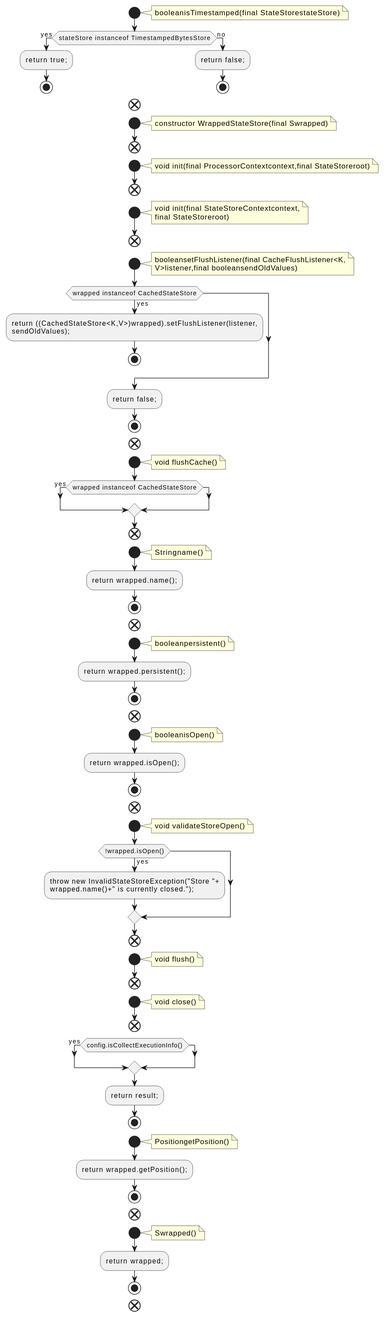
The PlantUML diagram docs/qc/streams/src/main/java/org/apache/kafka/streams/state/internals/WrappedStateStore.java.fct.svg in qualitesys/kafka, before a commit.
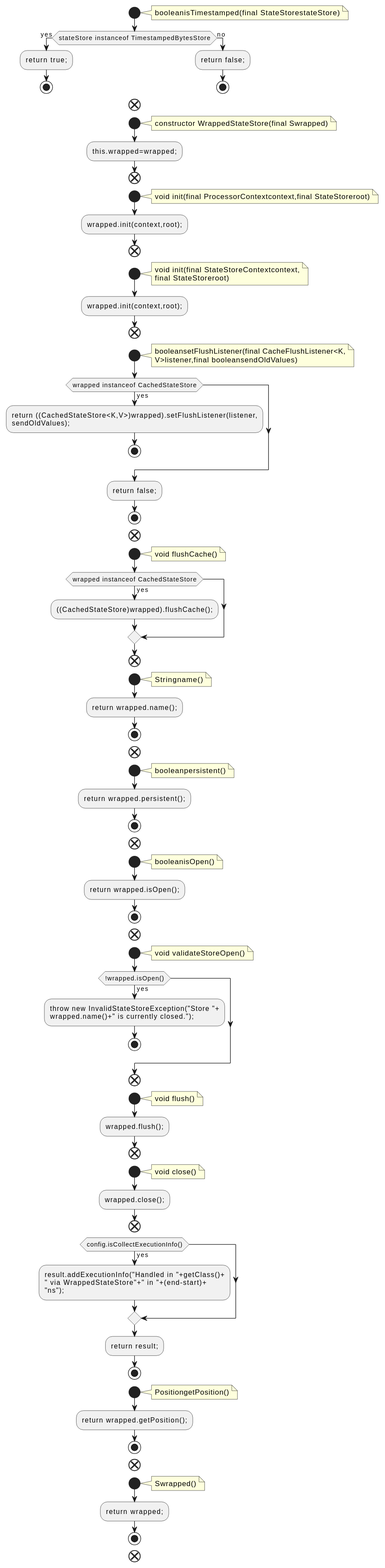
After the change.

The edit, as a diff of the source:
```diff
@@ -16,17 +16,20 @@
 note right
 constructor WrappedStateStore(final Swrapped)
 end note
+:this.wrapped=wrapped;;
 end
 start
 note right
 void init(final ProcessorContextcontext,final StateStoreroot)
 end note
+:wrapped.init(context,root);;
 end
 start
 note right
 void init(final StateStoreContextcontext,
 final StateStoreroot)
 end note
+:wrapped.init(context,root);;
 end
 start
 note right
@@ -46,6 +49,7 @@
 void flushCache()
 end note
 if (wrapped instanceof CachedStateStore) then (yes)
+:((CachedStateStore)wrapped).flushCache();;
 endif
 end
 start
@@ -76,19 +80,25 @@
 if (!wrapped.isOpen()) then (yes)
 :throw new InvalidStateStoreException("Store "+
 wrapped.name()+" is currently closed.");;
+stop
 endif
 end
 start
 note right
 void flush()
 end note
+:wrapped.flush();;
 end
 start
 note right
 void close()
 end note
+:wrapped.close();;
 end
 if (config.isCollectExecutionInfo()) then (yes)
+:result.addExecutionInfo("Handled in "+getClass()+
+" via WrappedStateStore"+" in "+(end-start)+
+"ns");;
 endif
 :return result;;
 stop
```
